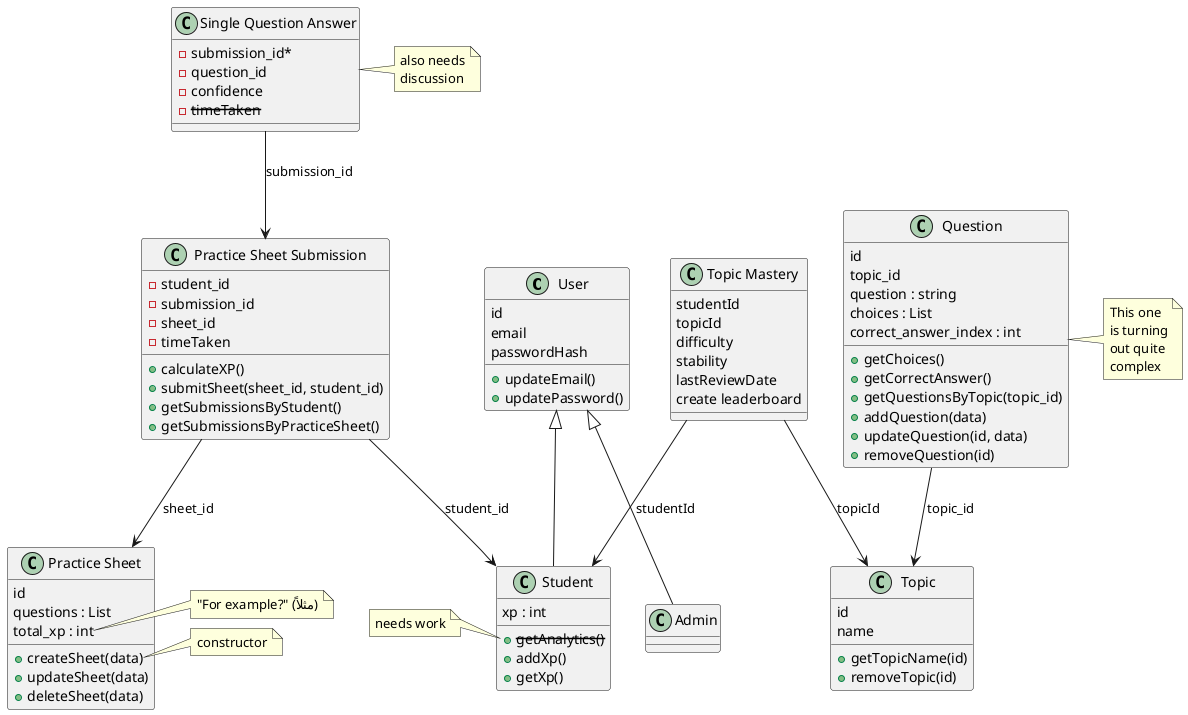
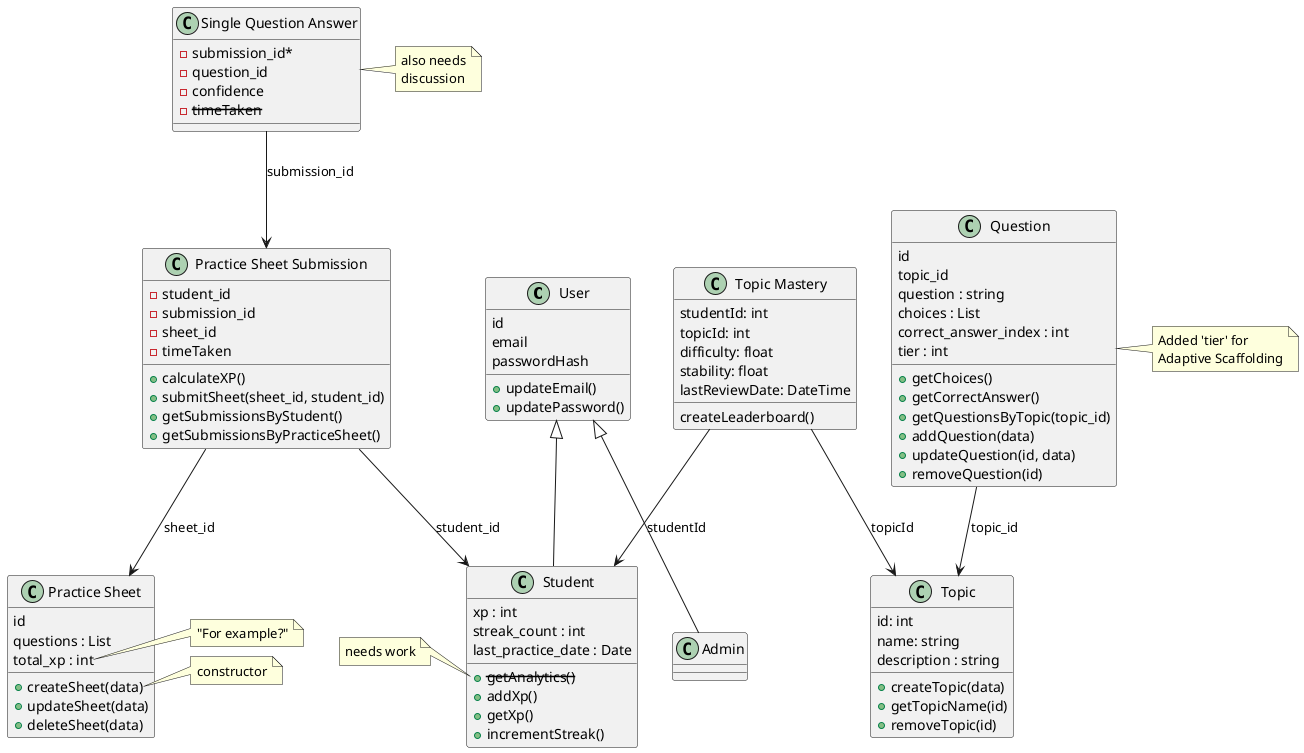
@startuml ClassDiagram

' --- Page 1: User Hierarchy ---

class User {
    id
    email
    passwordHash
    + updateEmail()
    + updatePassword()
}

class Admin {
}

class Student {
    xp : int
+     streak_count : int
+     last_practice_date : Date
    ' getAnalytics was crossed out in the sketch
    + {method} <strike>getAnalytics()</strike>
    + addXp()
    + getXp()
+     + incrementStreak()
}

note left of Student::getAnalytics
    needs work
end note

User <|-- Admin
User <|-- Student


' --- Page 2: Practice Sheets ---

class "Practice Sheet" as PracticeSheet {
    id
    questions : List
    total_xp : int
    + createSheet(data)
    + updateSheet(data)
    + deleteSheet(data)
}

note right of PracticeSheet::total_xp
-     "For example?" (مثلاً)
+     "For example?"
end note

note right of PracticeSheet::createSheet
    constructor
end note

class "Practice Sheet Submission" as PracticeSheetSubmission {
    - student_id
    - submission_id
    - sheet_id
    - timeTaken
    + calculateXP()
    + submitSheet(sheet_id, student_id)
    + getSubmissionsByStudent()
    + getSubmissionsByPracticeSheet()
}

class "Single Question Answer" as SingleQuestionAnswer {
    - submission_id*
    - question_id
    - confidence
    - <strike>timeTaken</strike>
}

note right of SingleQuestionAnswer
    also needs
    discussion
end note

' Relationships inferred from IDs
PracticeSheetSubmission --> Student : student_id
PracticeSheetSubmission --> PracticeSheet : sheet_id
SingleQuestionAnswer --> PracticeSheetSubmission : submission_id


' --- Page 3: Topics and Questions ---

class Topic {
-     id
-     name
+     id: int
+     name: string
+     description : string
+     + createTopic(data)
    + getTopicName(id)
    + removeTopic(id)
}

class Question {
    id
    topic_id
    question : string
    choices : List
    correct_answer_index : int
+     tier : int
    + getChoices()
    + getCorrectAnswer()
    + getQuestionsByTopic(topic_id)
    + addQuestion(data)
    + updateQuestion(id, data)
    + removeQuestion(id)
}

note right of Question
-     This one
-     is turning
-     out quite
-     complex
+     Added 'tier' for
+     Adaptive Scaffolding
end note

class "Topic Mastery" as TopicMastery {
-     studentId
-     topicId
-     difficulty
-     stability
-     lastReviewDate
-     create leaderboard
+     studentId: int
+     topicId: int
+     difficulty: float
+     stability: float
+     lastReviewDate: DateTime
+     createLeaderboard()
}

' Relationships inferred from IDs
Question --> Topic : topic_id
TopicMastery --> Student : studentId
TopicMastery --> Topic : topicId

@enduml